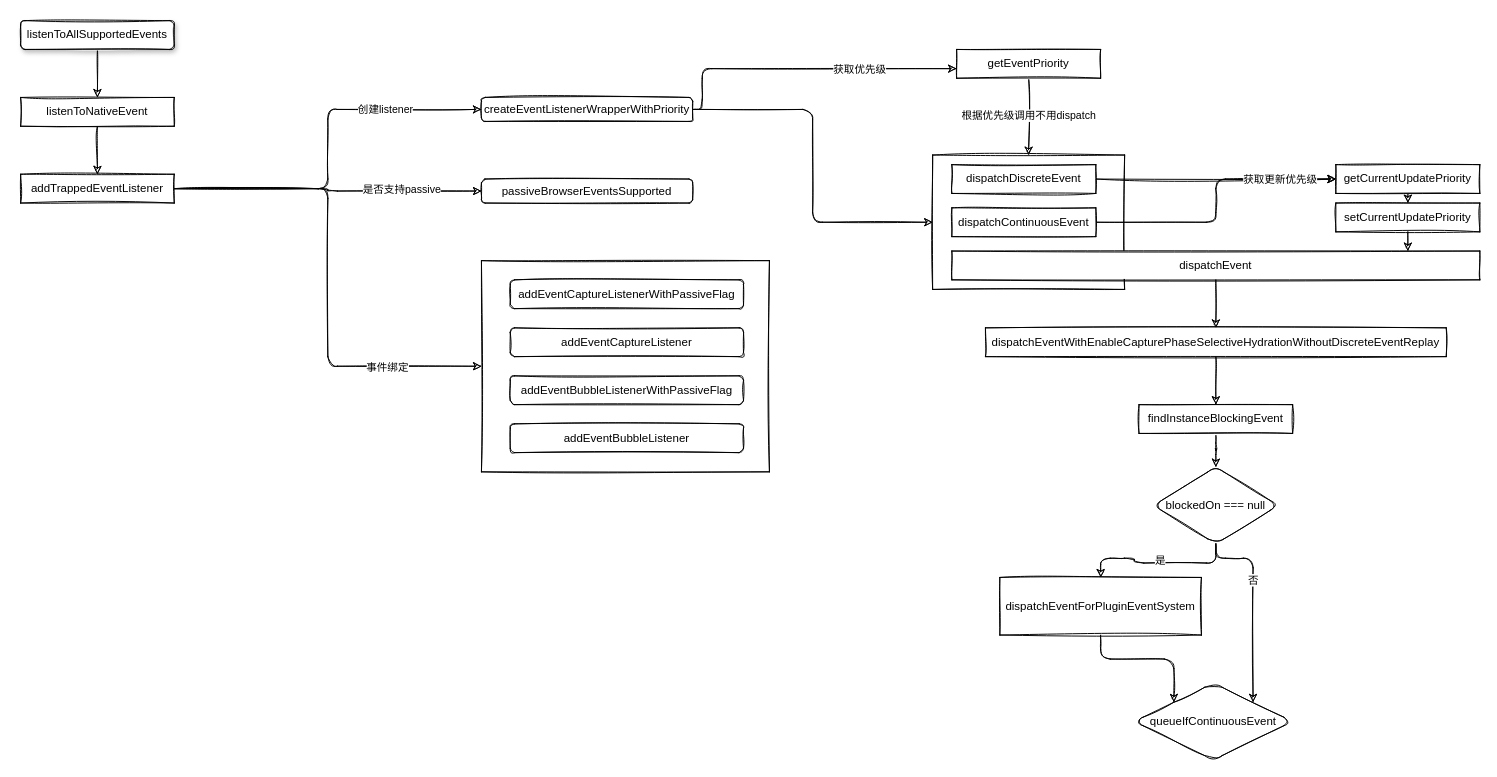
Above: page "Page-1" (1 of 3) of Untitled Diagram.drawio in YMBo/test (draw.io), before the change. Source tidied: cells renumbered, new cells numbered last; positions are measured from the earlier drawing's top-left corner, leaving out a move shared by most shapes. Both pictures are drawn from the tidied source at 96%, with x=0, y=0 at pixel (20, 20).
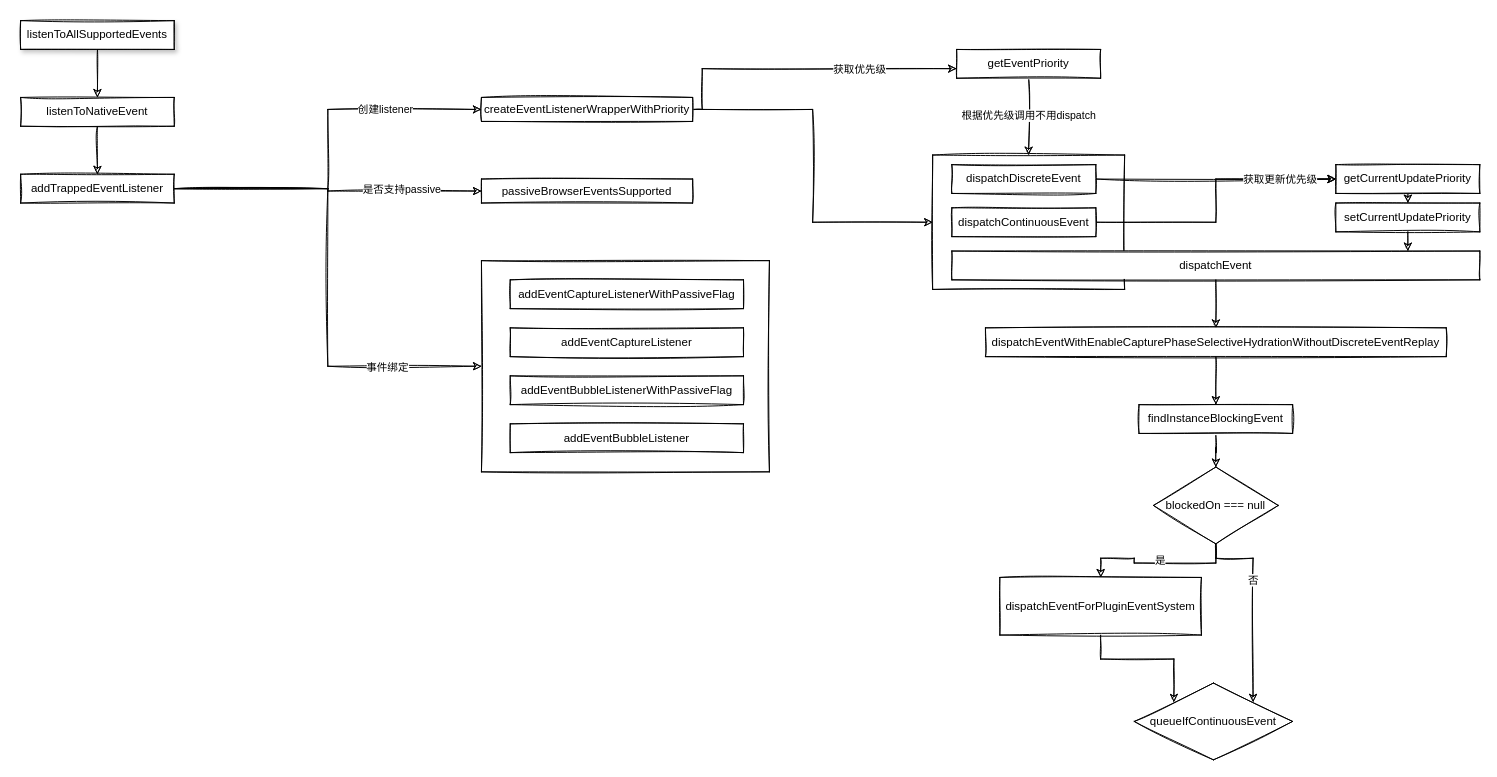
After the change.

The change refers to these unchanged cells:
```xml
<mxCell id="2" style="rounded=0;whiteSpace=wrap;html=1;shadow=0;sketch=1;" parent="1" vertex="1">
  <mxGeometry x="950" y="140" width="200" height="140" as="geometry" />
</mxCell>
<mxCell id="6" value="listenToNativeEvent" style="rounded=0;whiteSpace=wrap;html=1;shadow=0;sketch=1;" parent="1" vertex="1">
  <mxGeometry y="80" width="160" height="30" as="geometry" />
</mxCell>
<mxCell id="13" value="addTrappedEventListener" style="rounded=0;whiteSpace=wrap;html=1;shadow=0;sketch=1;" parent="1" vertex="1">
  <mxGeometry y="160" width="160" height="30" as="geometry" />
</mxCell>
<mxCell id="19" style="rounded=0;whiteSpace=wrap;html=1;shadow=0;sketch=1;" parent="1" vertex="1">
  <mxGeometry x="480" y="250" width="300" height="220" as="geometry" />
</mxCell>
<mxCell id="26" value="getEventPriority" style="rounded=0;whiteSpace=wrap;html=1;shadow=0;sketch=1;" parent="1" vertex="1">
  <mxGeometry x="975" y="30" width="150" height="30" as="geometry" />
</mxCell>
<mxCell id="28" value="dispatchContinuousEvent" style="rounded=0;whiteSpace=wrap;html=1;shadow=0;sketch=1;" parent="1" vertex="1">
  <mxGeometry x="970" y="195" width="150" height="30" as="geometry" />
</mxCell>
<mxCell id="30" value="dispatchEvent" style="rounded=0;whiteSpace=wrap;html=1;shadow=0;sketch=1;" parent="1" vertex="1">
  <mxGeometry x="970" y="240" width="550" height="30" as="geometry" />
</mxCell>
<mxCell id="33" value="dispatchDiscreteEvent" style="rounded=0;whiteSpace=wrap;html=1;shadow=0;sketch=1;" parent="1" vertex="1">
  <mxGeometry x="970" y="150" width="150" height="30" as="geometry" />
</mxCell>
<mxCell id="35" value="getCurrentUpdatePriority" style="rounded=0;whiteSpace=wrap;html=1;shadow=0;sketch=1;" parent="1" vertex="1">
  <mxGeometry x="1370" y="150" width="150" height="30" as="geometry" />
</mxCell>
<mxCell id="37" value="setCurrentUpdatePriority" style="rounded=0;whiteSpace=wrap;html=1;shadow=0;sketch=1;" parent="1" vertex="1">
  <mxGeometry x="1370" y="190" width="150" height="30" as="geometry" />
</mxCell>
<mxCell id="39" value="dispatchEventWithEnableCapturePhaseSelectiveHydrationWithoutDiscreteEventReplay" style="rounded=0;whiteSpace=wrap;html=1;shadow=0;sketch=1;" parent="1" vertex="1">
  <mxGeometry x="1005" y="320" width="480" height="30" as="geometry" />
</mxCell>
<mxCell id="41" value="findInstanceBlockingEvent" style="rounded=0;whiteSpace=wrap;html=1;shadow=0;sketch=1;" parent="1" vertex="1">
  <mxGeometry x="1165" y="400" width="160" height="30" as="geometry" />
</mxCell>
<mxCell id="48" value="dispatchEventForPluginEventSystem" style="rounded=0;whiteSpace=wrap;html=1;shadow=0;sketch=1;" parent="1" vertex="1">
  <mxGeometry x="1020" y="580" width="210" height="60" as="geometry" />
</mxCell>
```

What changed in the source:
```diff
@@
-    <mxCell id="3" style="edgeStyle=orthogonalEdgeStyle;rounded=1;sketch=1;jettySize=auto;html=1;" parent="1" edge="1" source="4" target="6">
+    <mxCell id="3" style="edgeStyle=orthogonalEdgeStyle;rounded=0;jettySize=auto;html=1;sketch=1;" parent="1" edge="1" source="4" target="6">
       <mxGeometry relative="1" as="geometry" />
     </mxCell>
-    <mxCell id="4" value="listenToAllSupportedEvents" style="rounded=1;whiteSpace=wrap;html=1;sketch=1;shadow=1;" parent="1" vertex="1">
+    <mxCell id="4" value="listenToAllSupportedEvents" style="rounded=0;whiteSpace=wrap;html=1;shadow=1;sketch=1;" parent="1" vertex="1">
       <mxGeometry width="160" height="30" as="geometry" />
     </mxCell>
-    <mxCell id="5" style="edgeStyle=orthogonalEdgeStyle;rounded=1;sketch=1;jettySize=auto;html=1;" parent="1" edge="1" source="6" target="13">
+    <mxCell id="5" style="edgeStyle=orthogonalEdgeStyle;rounded=0;jettySize=auto;html=1;sketch=1;" parent="1" edge="1" source="6" target="13">
       <mxGeometry relative="1" as="geometry" />
     </mxCell>
@@
-    <mxCell id="7" style="edgeStyle=orthogonalEdgeStyle;rounded=1;sketch=1;jettySize=auto;html=1;entryX=0;entryY=0.5;entryDx=0;entryDy=0;" parent="1" edge="1" source="13" target="18">
+    <mxCell id="7" style="edgeStyle=orthogonalEdgeStyle;rounded=0;jettySize=auto;html=1;entryX=0;entryY=0.5;entryDx=0;entryDy=0;sketch=1;" parent="1" edge="1" source="13" target="18">
       <mxGeometry relative="1" as="geometry" />
     </mxCell>
-    <mxCell id="8" value="创建listener" style="edgeLabel;html=1;align=center;verticalAlign=middle;" parent="7" vertex="1">
+    <mxCell id="8" value="创建listener" style="edgeLabel;html=1;align=center;verticalAlign=middle;sketch=1;rounded=0;" parent="7" vertex="1">
       <mxGeometry x="0.55" y="1" relative="1" as="geometry">
         <mxPoint x="-10" y="1" as="offset" />
       </mxGeometry>
     </mxCell>
-    <mxCell id="9" style="edgeStyle=orthogonalEdgeStyle;rounded=1;sketch=1;jettySize=auto;html=1;entryX=0;entryY=0.5;entryDx=0;entryDy=0;" parent="1" edge="1" source="13" target="14">
+    <mxCell id="9" style="edgeStyle=orthogonalEdgeStyle;rounded=0;jettySize=auto;html=1;entryX=0;entryY=0.5;entryDx=0;entryDy=0;sketch=1;" parent="1" edge="1" source="13" target="14">
       <mxGeometry relative="1" as="geometry" />
     </mxCell>
-    <mxCell id="10" value="是否支持passive" style="edgeLabel;html=1;align=center;verticalAlign=middle;" parent="9" vertex="1">
+    <mxCell id="10" value="是否支持passive" style="edgeLabel;html=1;align=center;verticalAlign=middle;sketch=1;rounded=0;" parent="9" vertex="1">
       <mxGeometry x="0.48" y="3" relative="1" as="geometry">
         <mxPoint y="1" as="offset" />
       </mxGeometry>
     </mxCell>
-    <mxCell id="11" style="edgeStyle=orthogonalEdgeStyle;rounded=1;sketch=1;jettySize=auto;html=1;entryX=0;entryY=0.5;entryDx=0;entryDy=0;" parent="1" edge="1" source="13" target="19">
+    <mxCell id="11" style="edgeStyle=orthogonalEdgeStyle;rounded=0;jettySize=auto;html=1;entryX=0;entryY=0.5;entryDx=0;entryDy=0;sketch=1;" parent="1" edge="1" source="13" target="19">
       <mxGeometry relative="1" as="geometry" />
     </mxCell>
-    <mxCell id="12" value="事件绑定" style="edgeLabel;html=1;align=center;verticalAlign=middle;" parent="11" vertex="1">
+    <mxCell id="12" value="事件绑定" style="edgeLabel;html=1;align=center;verticalAlign=middle;sketch=1;rounded=0;" parent="11" vertex="1">
       <mxGeometry x="0.56" y="-1" relative="1" as="geometry">
         <mxPoint x="12" y="-1" as="offset" />
       </mxGeometry>
     </mxCell>
@@
-    <mxCell id="14" value="passiveBrowserEventsSupported" style="rounded=1;whiteSpace=wrap;html=1;shadow=0;sketch=1;" parent="1" vertex="1">
+    <mxCell id="14" value="passiveBrowserEventsSupported" style="rounded=0;whiteSpace=wrap;html=1;shadow=0;sketch=1;" parent="1" vertex="1">
       <mxGeometry x="480" y="165" width="220" height="25" as="geometry" />
     </mxCell>
-    <mxCell id="15" style="edgeStyle=orthogonalEdgeStyle;rounded=1;sketch=1;jettySize=auto;html=1;" parent="1" edge="1" source="18" target="26">
+    <mxCell id="15" style="edgeStyle=orthogonalEdgeStyle;rounded=0;jettySize=auto;html=1;sketch=1;" parent="1" edge="1" source="18" target="26">
       <mxGeometry relative="1" as="geometry">
         <Array as="points">
           <mxPoint x="710" y="93" />
           <mxPoint x="710" y="50" />
         </Array>
       </mxGeometry>
     </mxCell>
-    <mxCell id="16" value="获取优先级" style="edgeLabel;html=1;align=center;verticalAlign=middle;" parent="15" vertex="1">
+    <mxCell id="16" value="获取优先级" style="edgeLabel;html=1;align=center;verticalAlign=middle;sketch=1;rounded=0;" parent="15" vertex="1">
       <mxGeometry x="0.03" y="1" relative="1" as="geometry">
         <mxPoint x="52" y="1" as="offset" />
       </mxGeometry>
     </mxCell>
-    <mxCell id="17" style="edgeStyle=orthogonalEdgeStyle;rounded=1;sketch=1;jettySize=auto;html=1;entryX=0;entryY=0.5;entryDx=0;entryDy=0;" parent="1" edge="1" source="18" target="2">
+    <mxCell id="17" style="edgeStyle=orthogonalEdgeStyle;rounded=0;jettySize=auto;html=1;entryX=0;entryY=0.5;entryDx=0;entryDy=0;sketch=1;" parent="1" edge="1" source="18" target="2">
       <mxGeometry relative="1" as="geometry" />
     </mxCell>
-    <mxCell id="18" value="createEventListenerWrapperWithPriority" style="rounded=1;whiteSpace=wrap;html=1;shadow=0;sketch=1;" parent="1" vertex="1">
+    <mxCell id="18" value="createEventListenerWrapperWithPriority" style="rounded=0;whiteSpace=wrap;html=1;shadow=0;sketch=1;" parent="1" vertex="1">
       <mxGeometry x="480" y="80" width="220" height="25" as="geometry" />
     </mxCell>
@@
-    <mxCell id="20" value="addEventCaptureListenerWithPassiveFlag" style="rounded=1;whiteSpace=wrap;html=1;shadow=0;sketch=1;" parent="1" vertex="1">
+    <mxCell id="20" value="addEventCaptureListenerWithPassiveFlag" style="rounded=0;whiteSpace=wrap;html=1;shadow=0;sketch=1;" parent="1" vertex="1">
       <mxGeometry x="510" y="270" width="243" height="30" as="geometry" />
     </mxCell>
-    <mxCell id="21" value="addEventCaptureListener" style="rounded=1;whiteSpace=wrap;html=1;shadow=0;sketch=1;" parent="1" vertex="1">
+    <mxCell id="21" value="addEventCaptureListener" style="rounded=0;whiteSpace=wrap;html=1;shadow=0;sketch=1;" parent="1" vertex="1">
       <mxGeometry x="510" y="320" width="243" height="30" as="geometry" />
     </mxCell>
-    <mxCell id="22" value="addEventBubbleListenerWithPassiveFlag" style="rounded=1;whiteSpace=wrap;html=1;shadow=0;sketch=1;" parent="1" vertex="1">
+    <mxCell id="22" value="addEventBubbleListenerWithPassiveFlag" style="rounded=0;whiteSpace=wrap;html=1;shadow=0;sketch=1;" parent="1" vertex="1">
       <mxGeometry x="510" y="370" width="243" height="30" as="geometry" />
     </mxCell>
-    <mxCell id="23" value="addEventBubbleListener" style="rounded=1;whiteSpace=wrap;html=1;shadow=0;sketch=1;" parent="1" vertex="1">
+    <mxCell id="23" value="addEventBubbleListener" style="rounded=0;whiteSpace=wrap;html=1;shadow=0;sketch=1;" parent="1" vertex="1">
       <mxGeometry x="510" y="420" width="243" height="30" as="geometry" />
     </mxCell>
-    <mxCell id="24" style="edgeStyle=orthogonalEdgeStyle;rounded=1;sketch=1;jettySize=auto;html=1;" parent="1" edge="1" source="26" target="2">
+    <mxCell id="24" style="edgeStyle=orthogonalEdgeStyle;rounded=0;jettySize=auto;html=1;sketch=1;" parent="1" edge="1" source="26" target="2">
       <mxGeometry relative="1" as="geometry" />
     </mxCell>
-    <mxCell id="25" value="根据优先级调用不用dispatch" style="edgeLabel;html=1;align=center;verticalAlign=middle;" parent="24" vertex="1">
+    <mxCell id="25" value="根据优先级调用不用dispatch" style="edgeLabel;html=1;align=center;verticalAlign=middle;sketch=1;rounded=0;" parent="24" vertex="1">
       <mxGeometry x="-0.05" y="-1" relative="1" as="geometry" />
     </mxCell>
@@
-    <mxCell id="27" style="edgeStyle=orthogonalEdgeStyle;rounded=1;sketch=1;jettySize=auto;html=1;entryX=0;entryY=0.5;entryDx=0;entryDy=0;" parent="1" edge="1" source="28" target="35">
+    <mxCell id="27" style="edgeStyle=orthogonalEdgeStyle;rounded=0;jettySize=auto;html=1;entryX=0;entryY=0.5;entryDx=0;entryDy=0;sketch=1;" parent="1" edge="1" source="28" target="35">
       <mxGeometry relative="1" as="geometry" />
     </mxCell>
@@
-    <mxCell id="29" style="edgeStyle=orthogonalEdgeStyle;rounded=1;sketch=1;jettySize=auto;html=1;entryX=0.5;entryY=0;entryDx=0;entryDy=0;" parent="1" edge="1" source="30" target="39">
+    <mxCell id="29" style="edgeStyle=orthogonalEdgeStyle;rounded=0;jettySize=auto;html=1;entryX=0.5;entryY=0;entryDx=0;entryDy=0;sketch=1;" parent="1" edge="1" source="30" target="39">
       <mxGeometry relative="1" as="geometry" />
     </mxCell>
@@
-    <mxCell id="31" style="edgeStyle=orthogonalEdgeStyle;rounded=1;sketch=1;jettySize=auto;html=1;" parent="1" edge="1" source="33" target="35">
+    <mxCell id="31" style="edgeStyle=orthogonalEdgeStyle;rounded=0;jettySize=auto;html=1;sketch=1;" parent="1" edge="1" source="33" target="35">
       <mxGeometry relative="1" as="geometry" />
     </mxCell>
-    <mxCell id="32" value="获取更新优先级" style="edgeLabel;html=1;align=center;verticalAlign=middle;" parent="31" vertex="1">
+    <mxCell id="32" value="获取更新优先级" style="edgeLabel;html=1;align=center;verticalAlign=middle;sketch=1;rounded=0;" parent="31" vertex="1">
       <mxGeometry x="0.46" y="-2" relative="1" as="geometry">
         <mxPoint x="8" y="-2" as="offset" />
       </mxGeometry>
     </mxCell>
@@
-    <mxCell id="34" style="edgeStyle=orthogonalEdgeStyle;rounded=1;sketch=1;jettySize=auto;html=1;exitX=0.5;exitY=1;exitDx=0;exitDy=0;entryX=0.5;entryY=0;entryDx=0;entryDy=0;" parent="1" edge="1" source="35" target="37">
+    <mxCell id="34" style="edgeStyle=orthogonalEdgeStyle;rounded=0;jettySize=auto;html=1;exitX=0.5;exitY=1;exitDx=0;exitDy=0;entryX=0.5;entryY=0;entryDx=0;entryDy=0;sketch=1;" parent="1" edge="1" source="35" target="37">
       <mxGeometry relative="1" as="geometry" />
     </mxCell>
@@
-    <mxCell id="36" style="edgeStyle=orthogonalEdgeStyle;rounded=1;sketch=1;jettySize=auto;html=1;entryX=0.864;entryY=0;entryDx=0;entryDy=0;entryPerimeter=0;" parent="1" edge="1" source="37" target="30">
+    <mxCell id="36" style="edgeStyle=orthogonalEdgeStyle;rounded=0;jettySize=auto;html=1;entryX=0.864;entryY=0;entryDx=0;entryDy=0;entryPerimeter=0;sketch=1;" parent="1" edge="1" source="37" target="30">
       <mxGeometry relative="1" as="geometry" />
     </mxCell>
@@
-    <mxCell id="38" style="edgeStyle=orthogonalEdgeStyle;rounded=1;sketch=1;jettySize=auto;html=1;" parent="1" edge="1" source="39" target="41">
+    <mxCell id="38" style="edgeStyle=orthogonalEdgeStyle;rounded=0;jettySize=auto;html=1;sketch=1;" parent="1" edge="1" source="39" target="41">
       <mxGeometry relative="1" as="geometry" />
     </mxCell>
@@
-    <mxCell id="40" style="edgeStyle=orthogonalEdgeStyle;rounded=1;sketch=1;jettySize=auto;html=1;" parent="1" edge="1" source="41" target="46">
+    <mxCell id="40" style="edgeStyle=orthogonalEdgeStyle;rounded=0;jettySize=auto;html=1;sketch=1;" parent="1" edge="1" source="41" target="46">
       <mxGeometry relative="1" as="geometry" />
     </mxCell>
@@
-    <mxCell id="42" style="edgeStyle=orthogonalEdgeStyle;rounded=1;sketch=1;jettySize=auto;html=1;exitX=0.5;exitY=1;exitDx=0;exitDy=0;entryX=0.5;entryY=0;entryDx=0;entryDy=0;" parent="1" edge="1" source="46" target="48">
+    <mxCell id="42" style="edgeStyle=orthogonalEdgeStyle;rounded=0;jettySize=auto;html=1;exitX=0.5;exitY=1;exitDx=0;exitDy=0;entryX=0.5;entryY=0;entryDx=0;entryDy=0;sketch=1;" parent="1" edge="1" source="46" target="48">
       <mxGeometry relative="1" as="geometry" />
     </mxCell>
-    <mxCell id="43" value="是" style="edgeLabel;html=1;align=center;verticalAlign=middle;" parent="42" vertex="1">
+    <mxCell id="43" value="是" style="edgeLabel;html=1;align=center;verticalAlign=middle;sketch=1;rounded=0;" parent="42" vertex="1">
       <mxGeometry x="-0.04" y="-3" relative="1" as="geometry" />
     </mxCell>
-    <mxCell id="44" style="edgeStyle=orthogonalEdgeStyle;rounded=1;sketch=1;jettySize=auto;html=1;entryX=1;entryY=0;entryDx=0;entryDy=0;" parent="1" edge="1" source="46" target="49">
+    <mxCell id="44" style="edgeStyle=orthogonalEdgeStyle;rounded=0;jettySize=auto;html=1;entryX=1;entryY=0;entryDx=0;entryDy=0;sketch=1;" parent="1" edge="1" source="46" target="49">
       <mxGeometry relative="1" as="geometry">
         <Array as="points">
           <mxPoint x="1245" y="560" />
           <mxPoint x="1284" y="560" />
         </Array>
       </mxGeometry>
     </mxCell>
-    <mxCell id="45" value="否" style="edgeLabel;html=1;align=center;verticalAlign=middle;" parent="44" vertex="1">
+    <mxCell id="45" value="否" style="edgeLabel;html=1;align=center;verticalAlign=middle;sketch=1;rounded=0;" parent="44" vertex="1">
       <mxGeometry x="-0.25" relative="1" as="geometry" />
     </mxCell>
-    <mxCell id="46" value="blockedOn === null" style="rhombus;whiteSpace=wrap;html=1;rounded=1;shadow=0;sketch=1;" parent="1" vertex="1">
+    <mxCell id="46" value="blockedOn === null" style="rhombus;whiteSpace=wrap;html=1;rounded=0;shadow=0;sketch=1;" parent="1" vertex="1">
       <mxGeometry x="1180" y="465" width="130" height="80" as="geometry" />
     </mxCell>
-    <mxCell id="47" style="edgeStyle=orthogonalEdgeStyle;rounded=1;sketch=1;jettySize=auto;html=1;entryX=0;entryY=0;entryDx=0;entryDy=0;" parent="1" edge="1" source="48" target="49">
+    <mxCell id="47" style="edgeStyle=orthogonalEdgeStyle;rounded=0;jettySize=auto;html=1;entryX=0;entryY=0;entryDx=0;entryDy=0;sketch=1;" parent="1" edge="1" source="48" target="49">
       <mxGeometry relative="1" as="geometry" />
     </mxCell>
@@
-    <mxCell id="49" value="queueIfContinuousEvent" style="rhombus;whiteSpace=wrap;html=1;rounded=1;shadow=0;sketch=1;" parent="1" vertex="1">
+    <mxCell id="49" value="queueIfContinuousEvent" style="rhombus;whiteSpace=wrap;html=1;rounded=0;shadow=0;sketch=1;" parent="1" vertex="1">
       <mxGeometry x="1160" y="690" width="165" height="80" as="geometry" />
     </mxCell>
```
